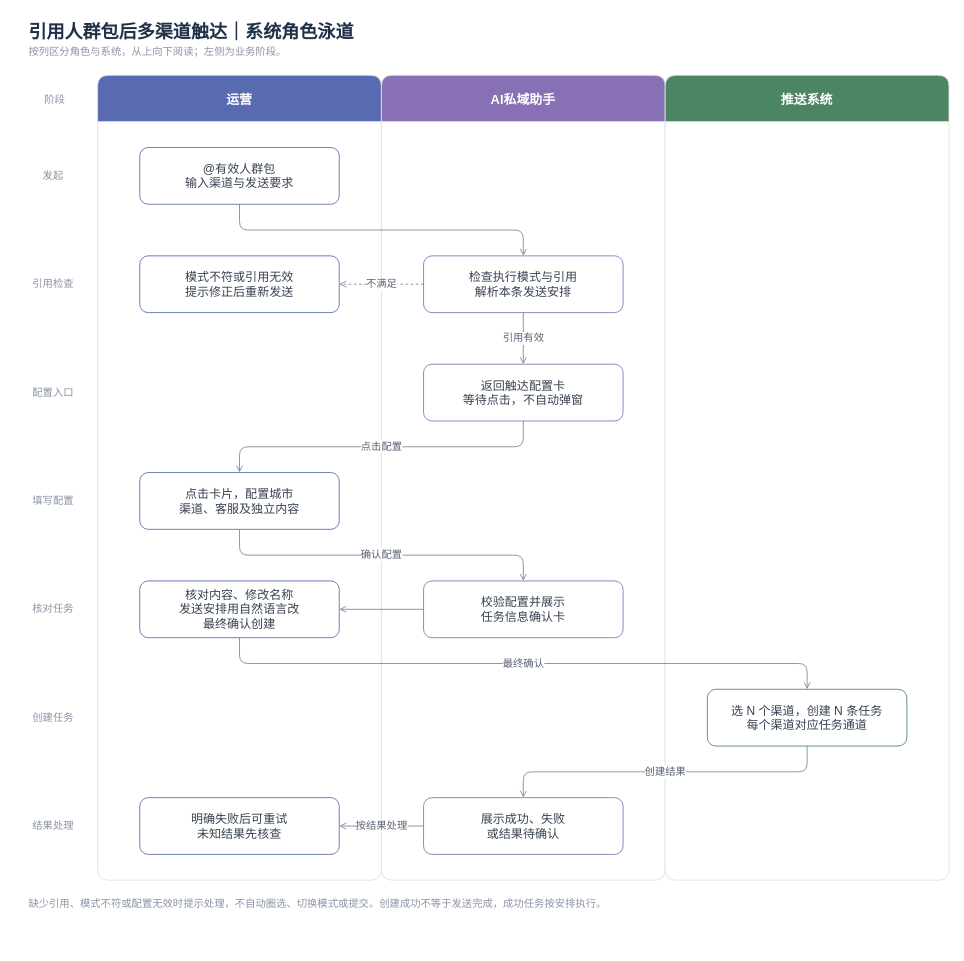
Earlier version of the draw.io diagram page "引用人群包后多渠道触达｜系统角色泳道" (2 of 3) of message-notifications/消息通知-角色与系统业务流程.drawio (JZT-AI/ai-proactive-activation). Source tidied: cells renumbered, new cells numbered last; positions are measured from the earlier drawing's top-left corner, leaving out a move shared by most shapes. Both pictures are drawn from the tidied source at 86%, with x=0, y=0 at pixel (15, 15).
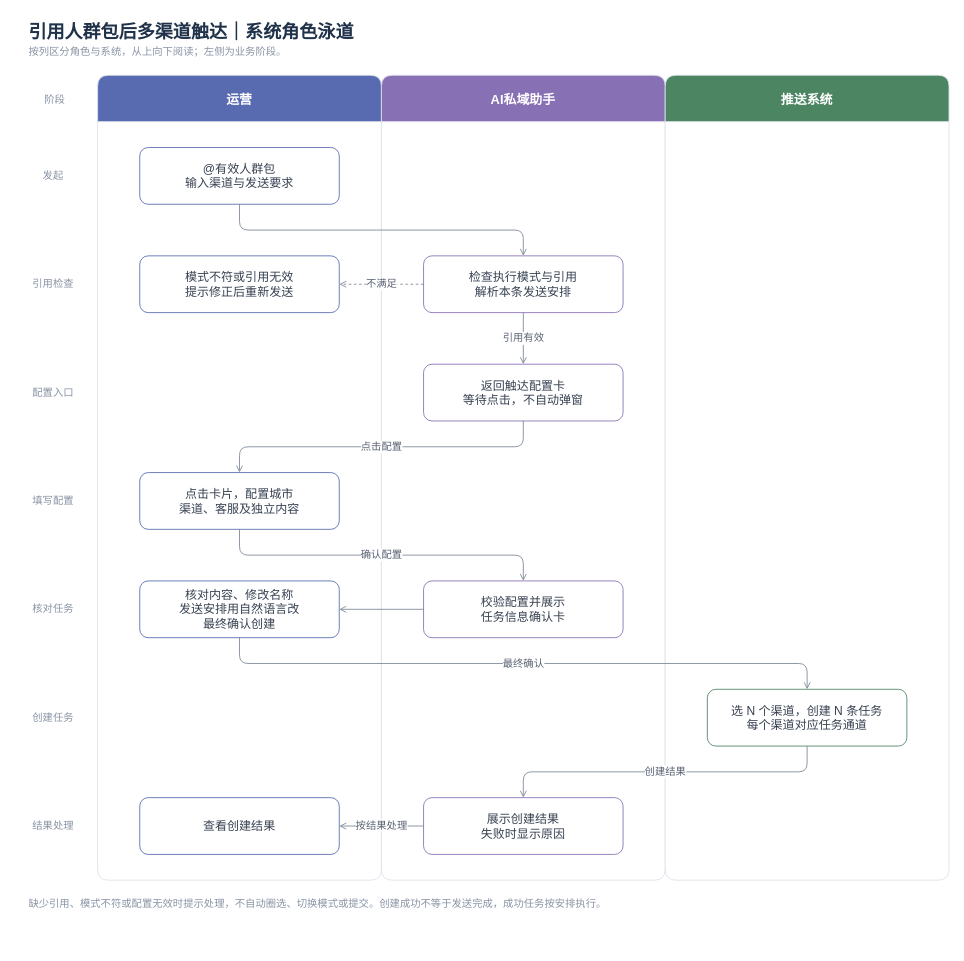
The same diagram, later.

Unchanged cells that the change refers to:
```xml
<mxCell id="5" value="运营" style="swimlane;horizontal=1;startSize=54;rounded=1;arcSize=8;fillColor=#596bb0;swimlaneFillColor=#ffffff;strokeColor=#dce1e9;fontColor=#ffffff;fontSize=15;fontStyle=1;" parent="1" vertex="1">
  <mxGeometry x="96" y="70" width="330" height="936" as="geometry" />
</mxCell>
<mxCell id="6" value="AI私域助手" style="swimlane;horizontal=1;startSize=54;rounded=1;arcSize=8;fillColor=#8870b5;swimlaneFillColor=#ffffff;strokeColor=#dce1e9;fontColor=#ffffff;fontSize=15;fontStyle=1;" parent="1" vertex="1">
  <mxGeometry x="426" y="70" width="330" height="936" as="geometry" />
</mxCell>
```

Change to the diagram source:
```diff
@@
-    <mxCell id="22" value="展示成功、失败&lt;br&gt;或结果待确认" style="rounded=1;whiteSpace=wrap;html=1;fillColor=#ffffff;strokeColor=#8870b5;strokeWidth=1;fontColor=#374151;fontSize=14;spacing=8;" parent="6" vertex="1">
+    <mxCell id="22" value="展示创建结果&lt;br&gt;失败时显示原因" style="rounded=1;whiteSpace=wrap;html=1;fillColor=#ffffff;strokeColor=#8870b5;strokeWidth=1;fontColor=#374151;fontSize=14;spacing=8;" parent="6" vertex="1">
       <mxGeometry x="49" y="840" width="232" height="66" as="geometry" />
     </mxCell>
-    <mxCell id="23" value="明确失败后可重试&lt;br&gt;未知结果先核查" style="rounded=1;whiteSpace=wrap;html=1;fillColor=#ffffff;strokeColor=#596bb0;strokeWidth=1;fontColor=#374151;fontSize=14;spacing=8;" parent="5" vertex="1">
+    <mxCell id="23" value="查看创建结果" style="rounded=1;whiteSpace=wrap;html=1;fillColor=#ffffff;strokeColor=#596bb0;strokeWidth=1;fontColor=#374151;fontSize=14;spacing=8;" parent="5" vertex="1">
       <mxGeometry x="49" y="840" width="232" height="66" as="geometry" />
     </mxCell>
```
